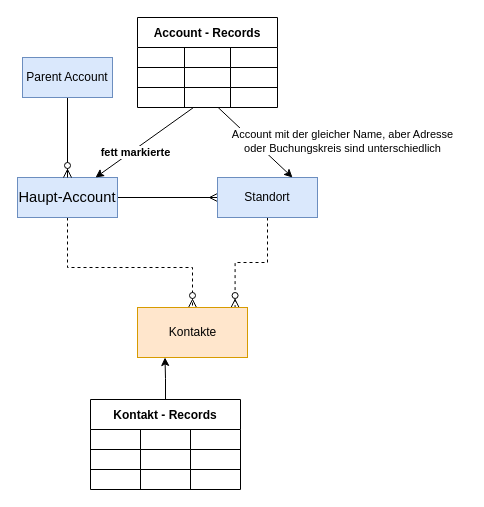
tuannguyenvn/DrawIO keeps this draw.io diagram as internAcc_import.drawio. Above is the earlier version. Source tidied: cells renumbered, new cells numbered last; positions are measured from the earlier drawing's top-left corner, leaving out a move shared by most shapes. Both pictures are drawn from the tidied source at 100%, with x=0, y=0 at pixel (17, 17).
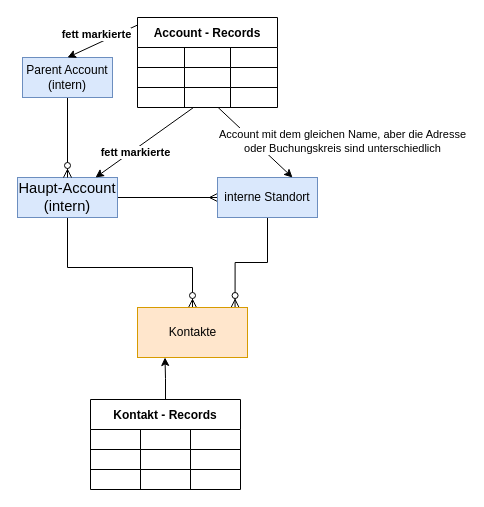
Above is the later version.

The change refers to these unchanged cells:
```xml
<mxCell id="2" value="Account - Records" style="shape=table;startSize=30;childLayout=tableLayout;fontStyle=1;align=center;" parent="1" vertex="1">
  <mxGeometry x="120" width="140" height="90" as="geometry" />
</mxCell>
<mxCell id="24" style="endArrow=classic;html=1;entryX=0.75;entryY=0;entryDx=0;entryDy=0;" parent="1" edge="1" source="11" target="21">
  <mxGeometry relative="1" as="geometry" />
</mxCell>
<mxCell id="40" value="Kontakte" style="html=1;fillColor=#ffe6cc;strokeColor=#d79b00;" parent="1" vertex="1">
  <mxGeometry x="120" y="290" width="110" height="50" as="geometry" />
</mxCell>
```

Change to the diagram source:
```diff
@@
-    <mxCell id="15" style="edgeStyle=orthogonalEdgeStyle;rounded=0;jettySize=auto;html=1;entryX=0.5;entryY=0;entryDx=0;entryDy=0;endArrow=ERzeroToMany;endFill=1;dashed=1;" parent="1" edge="1" source="17" target="40">
+    <mxCell id="15" style="edgeStyle=orthogonalEdgeStyle;rounded=0;jettySize=auto;html=1;entryX=0.5;entryY=0;entryDx=0;entryDy=0;endArrow=ERzeroToMany;endFill=1;" parent="1" edge="1" source="17" target="40">
       <mxGeometry relative="1" as="geometry">
         <Array as="points">
           <mxPoint x="50" y="250" />
           <mxPoint x="175" y="250" />
         </Array>
       </mxGeometry>
     </mxCell>
@@
-    <mxCell id="17" value="&lt;font face=&quot;calibri, sans-serif&quot;&gt;&lt;span style=&quot;font-size: 14.6667px&quot;&gt;Haupt-Account&lt;/span&gt;&lt;/font&gt;" style="whiteSpace=wrap;html=1;align=center;fillColor=#dae8fc;strokeColor=#6c8ebf;" parent="1" vertex="1">
+    <mxCell id="17" value="&lt;font face=&quot;calibri, sans-serif&quot;&gt;&lt;span style=&quot;font-size: 14.6667px&quot;&gt;Haupt-Account&lt;br&gt;(intern)&lt;br&gt;&lt;/span&gt;&lt;/font&gt;" style="whiteSpace=wrap;html=1;align=center;fillColor=#dae8fc;strokeColor=#6c8ebf;" parent="1" vertex="1">
       <mxGeometry y="160" width="100" height="40" as="geometry" />
     </mxCell>
@@
-    <mxCell id="19" value="Parent Account" style="whiteSpace=wrap;html=1;align=center;fillColor=#dae8fc;strokeColor=#6c8ebf;" parent="1" vertex="1">
+    <mxCell id="19" value="Parent Account&lt;br&gt;(intern)" style="whiteSpace=wrap;html=1;align=center;fillColor=#dae8fc;strokeColor=#6c8ebf;" parent="1" vertex="1">
       <mxGeometry x="5" y="40" width="90" height="40" as="geometry" />
     </mxCell>
-    <mxCell id="20" style="edgeStyle=orthogonalEdgeStyle;rounded=0;jettySize=auto;html=1;entryX=0.887;entryY=0;entryDx=0;entryDy=0;entryPerimeter=0;dashed=1;endArrow=ERzeroToMany;endFill=1;" parent="1" edge="1" source="21" target="40">
+    <mxCell id="20" style="edgeStyle=orthogonalEdgeStyle;rounded=0;jettySize=auto;html=1;entryX=0.887;entryY=0;entryDx=0;entryDy=0;entryPerimeter=0;endArrow=ERzeroToMany;endFill=1;" parent="1" edge="1" source="21" target="40">
       <mxGeometry relative="1" as="geometry" />
     </mxCell>
-    <mxCell id="21" value="Standort" style="whiteSpace=wrap;html=1;align=center;fillColor=#dae8fc;strokeColor=#6c8ebf;" parent="1" vertex="1">
+    <mxCell id="21" value="interne Standort" style="whiteSpace=wrap;html=1;align=center;fillColor=#dae8fc;strokeColor=#6c8ebf;" parent="1" vertex="1">
       <mxGeometry x="200" y="160" width="100" height="40" as="geometry" />
     </mxCell>
@@
-    <mxCell id="25" value="Account mit der gleicher Name, aber Adresse &lt;br&gt;oder Buchungskreis sind unterschiedlich" style="edgeLabel;html=1;align=center;verticalAlign=middle;" parent="24" vertex="1">
+    <mxCell id="25" value="Account mit dem gleichen Name, aber die Adresse &lt;br&gt;oder Buchungskreis sind unterschiedlich" style="edgeLabel;html=1;align=center;verticalAlign=middle;" parent="24" vertex="1">
       <mxGeometry x="-0.37" relative="1" as="geometry">
         <mxPoint x="101" y="12" as="offset" />
       </mxGeometry>
     </mxCell>
@@
+    <mxCell id="41" style="endArrow=classic;html=1;exitX=0;exitY=0.084;exitDx=0;exitDy=0;exitPerimeter=0;entryX=0.5;entryY=0;entryDx=0;entryDy=0;" parent="1" edge="1" source="2" target="19">
+      <mxGeometry relative="1" as="geometry" />
+    </mxCell>
+    <mxCell id="42" value="fett markierte" style="edgeLabel;html=1;align=center;verticalAlign=middle;fontStyle=1;" parent="41" vertex="1">
+      <mxGeometry x="0.21" y="2" relative="1" as="geometry">
+        <mxPoint y="-13" as="offset" />
+      </mxGeometry>
+    </mxCell>
```
